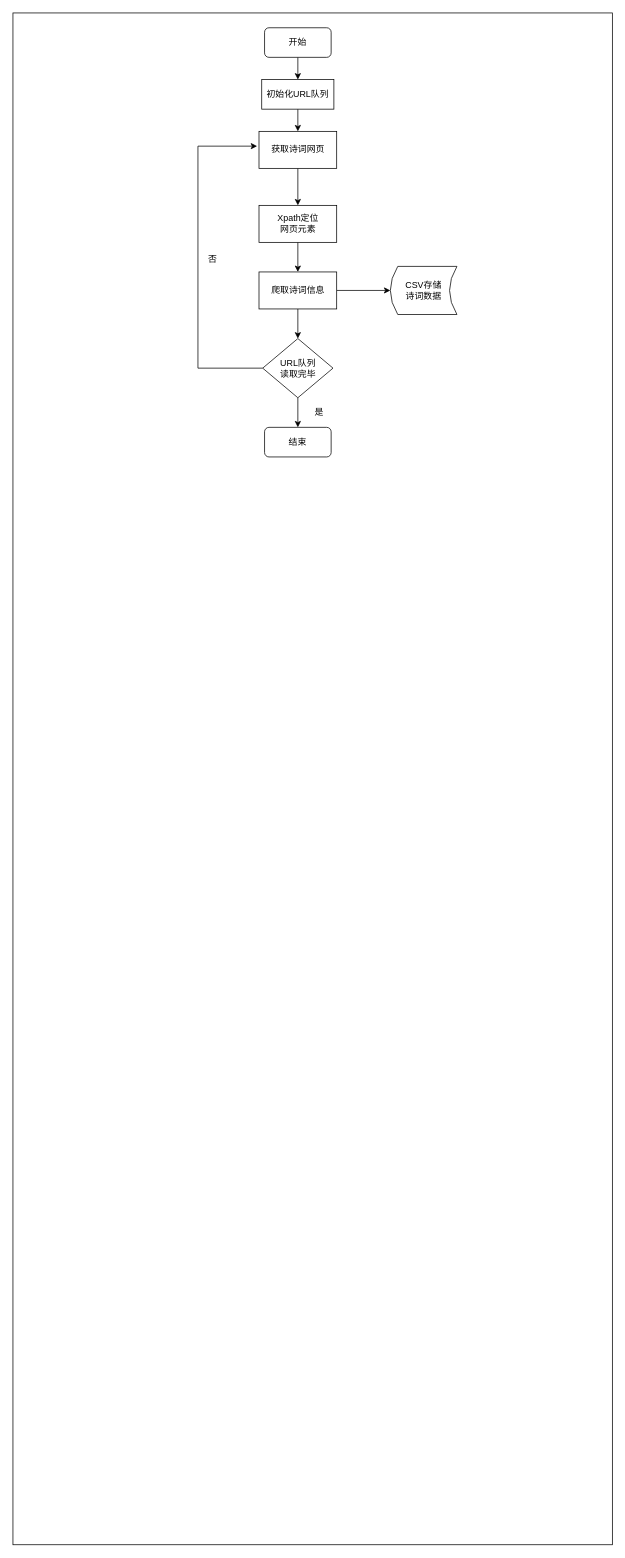
Earlier version of the draw.io diagram page "Page-8" (8 of 9) of 毕设.drawio (xiqisz/KGQA_HLM). Source tidied: cells renumbered, new cells numbered last; positions are measured from the earlier drawing's top-left corner, leaving out a move shared by most shapes. Both pictures are drawn from the tidied source at 74%, with x=0, y=0 at pixel (13, 13).
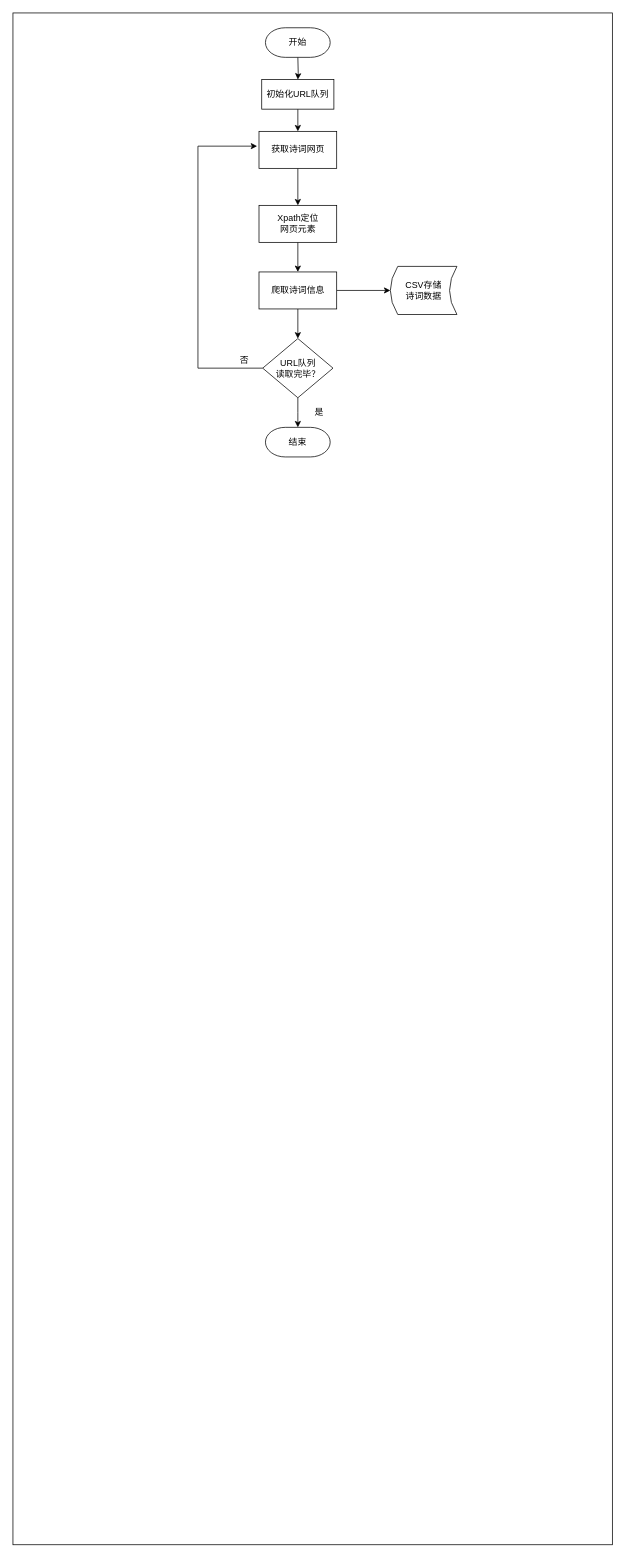
Above is the later version.

Unchanged cells that the change refers to:
```xml
<mxCell id="6" value="初始化URL队列" style="rounded=0;whiteSpace=wrap;html=1;" parent="1" vertex="1">
  <mxGeometry x="336.2" y="90" width="97.5" height="40" as="geometry" />
</mxCell>
```

What changed in the source:
```diff
@@
-    <mxCell id="3" style="edgeStyle=orthogonalEdgeStyle;rounded=0;jettySize=auto;html=1;" parent="1" edge="1" source="4" target="6">
-      <mxGeometry relative="1" as="geometry" />
+    <mxCell id="3" style="edgeStyle=orthogonalEdgeStyle;rounded=0;jettySize=auto;html=1;" parent="1" edge="1" target="6">
+      <mxGeometry relative="1" as="geometry">
+        <mxPoint x="385" y="60" as="sourcePoint" />
+      </mxGeometry>
     </mxCell>
-    <mxCell id="4" value="开始" style="rounded=1;whiteSpace=wrap;html=1;" parent="1" vertex="1">
-      <mxGeometry x="340" y="20" width="90" height="40" as="geometry" />
-    </mxCell>
@@
-    <mxCell id="15" style="edgeStyle=orthogonalEdgeStyle;rounded=0;jettySize=auto;html=1;" parent="1" edge="1" source="17" target="18">
-      <mxGeometry relative="1" as="geometry" />
+    <mxCell id="15" style="edgeStyle=orthogonalEdgeStyle;rounded=0;jettySize=auto;html=1;" parent="1" edge="1" source="17">
+      <mxGeometry relative="1" as="geometry">
+        <mxPoint x="385" y="560" as="targetPoint" />
+      </mxGeometry>
     </mxCell>
@@
-    <mxCell id="17" value="URL队列&lt;br&gt;读取完毕" style="rhombus;whiteSpace=wrap;html=1;rounded=0;" parent="1" vertex="1">
+    <mxCell id="17" value="URL队列&lt;br&gt;读取完毕？" style="rhombus;whiteSpace=wrap;html=1;rounded=0;" parent="1" vertex="1">
       <mxGeometry x="337.5" y="440" width="95" height="80" as="geometry" />
     </mxCell>
-    <mxCell id="18" value="结束" style="rounded=1;whiteSpace=wrap;html=1;" parent="1" vertex="1">
-      <mxGeometry x="340" y="560" width="90" height="40" as="geometry" />
-    </mxCell>
@@
     <mxCell id="20" value="否" style="text;html=1;strokeColor=none;fillColor=none;align=center;verticalAlign=middle;whiteSpace=wrap;rounded=0;" parent="1" vertex="1">
-      <mxGeometry x="250" y="322.5" width="40" height="20" as="geometry" />
+      <mxGeometry x="292.5" y="460" width="40" height="20" as="geometry" />
     </mxCell>
+    <mxCell id="4" value="开始" style="strokeWidth=1;html=1;shape=mxgraph.flowchart.terminator;whiteSpace=wrap;" parent="1" vertex="1">
+      <mxGeometry x="341.2" y="20" width="87.5" height="40" as="geometry" />
+    </mxCell>
+    <mxCell id="18" value="结束" style="strokeWidth=1;html=1;shape=mxgraph.flowchart.terminator;whiteSpace=wrap;" parent="1" vertex="1">
+      <mxGeometry x="341.2" y="560" width="87.5" height="40" as="geometry" />
+    </mxCell>
```
